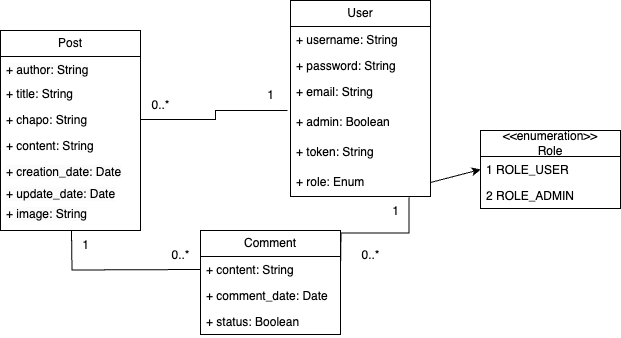
Above: diagrams/classDiagram.png in nicolascastagna/Blog_PHP (draw.io), before the change. Source tidied: cells renumbered, new cells last; positions are measured from the earlier drawing's top-left corner, leaving out a move shared by most shapes. Source of this version:
```xml
<mxGraphModel>
  <root>
    <mxCell id="0" />
    <mxCell id="1" parent="0" />
    <mxCell id="2" value="User" style="swimlane;fontStyle=0;horizontal=1;startSize=26;fillColor=none;whiteSpace=wrap;html=1;" parent="1" vertex="1">
      <mxGeometry x="290" width="140" height="196" as="geometry" />
    </mxCell>
    <mxCell id="3" value="+ username: String" style="text;strokeColor=none;fillColor=none;align=left;verticalAlign=top;spacingLeft=4;spacingRight=4;overflow=hidden;whiteSpace=wrap;html=1;" parent="2" vertex="1">
      <mxGeometry y="26" width="140" height="26" as="geometry" />
    </mxCell>
    <mxCell id="4" value="+ password: String" style="text;strokeColor=none;fillColor=none;align=left;verticalAlign=top;spacingLeft=4;spacingRight=4;overflow=hidden;whiteSpace=wrap;html=1;" parent="2" vertex="1">
      <mxGeometry y="52" width="140" height="26" as="geometry" />
    </mxCell>
    <mxCell id="5" value="+ email: String" style="text;strokeColor=none;fillColor=none;align=left;verticalAlign=top;spacingLeft=4;spacingRight=4;overflow=hidden;whiteSpace=wrap;html=1;" parent="2" vertex="1">
      <mxGeometry y="78" width="140" height="30" as="geometry" />
    </mxCell>
    <mxCell id="6" value="+ admin: Boolean" style="text;strokeColor=none;fillColor=none;align=left;verticalAlign=top;spacingLeft=4;spacingRight=4;overflow=hidden;points=[[0,0.5],[1,0.5]];portConstraint=eastwest;whiteSpace=wrap;html=1;" parent="2" vertex="1">
      <mxGeometry y="108" width="140" height="30" as="geometry" />
    </mxCell>
    <mxCell id="7" value="+ token: String" style="text;strokeColor=none;fillColor=none;align=left;verticalAlign=top;spacingLeft=4;spacingRight=4;overflow=hidden;whiteSpace=wrap;html=1;" parent="2" vertex="1">
      <mxGeometry y="138" width="140" height="30" as="geometry" />
    </mxCell>
    <mxCell id="8" value="+ role: Enum" style="text;strokeColor=none;fillColor=none;align=left;verticalAlign=top;spacingLeft=4;spacingRight=4;overflow=hidden;points=[[0,0.5],[1,0.5]];portConstraint=eastwest;whiteSpace=wrap;html=1;" parent="2" vertex="1">
      <mxGeometry y="168" width="140" height="28" as="geometry" />
    </mxCell>
    <mxCell id="9" value="&amp;lt;&amp;lt;enumeration&amp;gt;&amp;gt;&lt;br&gt;Role" style="swimlane;fontStyle=0;horizontal=1;startSize=26;fillColor=none;whiteSpace=wrap;html=1;" parent="1" vertex="1">
      <mxGeometry x="480" y="130" width="140" height="78" as="geometry" />
    </mxCell>
    <mxCell id="10" value="1 ROLE_USER" style="text;strokeColor=none;fillColor=none;align=left;verticalAlign=top;spacingLeft=4;spacingRight=4;overflow=hidden;points=[[0,0.5],[1,0.5]];portConstraint=eastwest;whiteSpace=wrap;html=1;" parent="9" vertex="1">
      <mxGeometry y="26" width="140" height="26" as="geometry" />
    </mxCell>
    <mxCell id="11" value="2 ROLE_ADMIN" style="text;strokeColor=none;fillColor=none;align=left;verticalAlign=top;spacingLeft=4;spacingRight=4;overflow=hidden;whiteSpace=wrap;html=1;" parent="9" vertex="1">
      <mxGeometry y="52" width="140" height="26" as="geometry" />
    </mxCell>
    <mxCell id="12" style="endArrow=classic;html=1;rounded=0;exitX=1;exitY=0.5;exitDx=0;exitDy=0;entryX=0;entryY=0.5;entryDx=0;entryDy=0;" parent="1" edge="1" source="8" target="10">
      <mxGeometry relative="1" as="geometry" />
    </mxCell>
    <mxCell id="13" value="Post" style="swimlane;fontStyle=0;horizontal=1;startSize=26;fillColor=none;whiteSpace=wrap;html=1;" parent="1" vertex="1">
      <mxGeometry y="30" width="140" height="200" as="geometry" />
    </mxCell>
    <mxCell id="14" value="&lt;span style=&quot;color: rgb(0, 0, 0); font-family: Helvetica; font-size: 12px; font-style: normal; font-variant-ligatures: normal; font-variant-caps: normal; font-weight: 400; letter-spacing: normal; orphans: 2; text-align: left; text-indent: 0px; text-transform: none; widows: 2; word-spacing: 0px; -webkit-text-stroke-width: 0px; background-color: rgb(251, 251, 251); text-decoration-thickness: initial; text-decoration-style: initial; text-decoration-color: initial; float: none; display: inline !important;&quot;&gt;+ author: String&lt;/span&gt;" style="text;strokeColor=none;fillColor=none;align=left;verticalAlign=top;spacingLeft=4;spacingRight=4;overflow=hidden;whiteSpace=wrap;html=1;" parent="13" vertex="1">
      <mxGeometry y="26" width="140" height="24" as="geometry" />
    </mxCell>
    <mxCell id="15" value="+ title: String" style="text;strokeColor=none;fillColor=none;align=left;verticalAlign=top;spacingLeft=4;spacingRight=4;overflow=hidden;points=[[0,0.5],[1,0.5]];portConstraint=eastwest;whiteSpace=wrap;html=1;" parent="13" vertex="1">
      <mxGeometry y="50" width="140" height="26" as="geometry" />
    </mxCell>
    <mxCell id="16" value="+ chapo: String" style="text;strokeColor=none;fillColor=none;align=left;verticalAlign=top;spacingLeft=4;spacingRight=4;overflow=hidden;points=[[0,0.5],[1,0.5]];portConstraint=eastwest;whiteSpace=wrap;html=1;" parent="13" vertex="1">
      <mxGeometry y="76" width="140" height="26" as="geometry" />
    </mxCell>
    <mxCell id="17" value="+ content: String" style="text;strokeColor=none;fillColor=none;align=left;verticalAlign=top;spacingLeft=4;spacingRight=4;overflow=hidden;whiteSpace=wrap;html=1;" parent="13" vertex="1">
      <mxGeometry y="102" width="140" height="26" as="geometry" />
    </mxCell>
    <mxCell id="18" value="&lt;meta charset=&quot;utf-8&quot;&gt;&lt;span style=&quot;color: rgb(0, 0, 0); font-family: Helvetica; font-size: 12px; font-style: normal; font-variant-ligatures: normal; font-variant-caps: normal; font-weight: 400; letter-spacing: normal; orphans: 2; text-align: left; text-indent: 0px; text-transform: none; widows: 2; word-spacing: 0px; -webkit-text-stroke-width: 0px; background-color: rgb(251, 251, 251); text-decoration-thickness: initial; text-decoration-style: initial; text-decoration-color: initial; float: none; display: inline !important;&quot;&gt;+ creation_date: Date&lt;/span&gt;" style="text;strokeColor=none;fillColor=none;align=left;verticalAlign=top;spacingLeft=4;spacingRight=4;overflow=hidden;whiteSpace=wrap;html=1;" parent="13" vertex="1">
      <mxGeometry y="128" width="140" height="22" as="geometry" />
    </mxCell>
    <mxCell id="19" style="edgeStyle=orthogonalEdgeStyle;rounded=0;orthogonalLoop=1;jettySize=auto;html=1;exitX=1;exitY=0.5;exitDx=0;exitDy=0;" parent="13" edge="1" source="15" target="15">
      <mxGeometry relative="1" as="geometry" />
    </mxCell>
    <mxCell id="20" value="&lt;span style=&quot;color: rgb(0, 0, 0); font-family: Helvetica; font-size: 12px; font-style: normal; font-variant-ligatures: normal; font-variant-caps: normal; font-weight: 400; letter-spacing: normal; orphans: 2; text-align: left; text-indent: 0px; text-transform: none; widows: 2; word-spacing: 0px; -webkit-text-stroke-width: 0px; background-color: rgb(251, 251, 251); text-decoration-thickness: initial; text-decoration-style: initial; text-decoration-color: initial; float: none; display: inline !important;&quot;&gt;+ update_date: Date&lt;/span&gt;" style="text;strokeColor=none;fillColor=none;align=left;verticalAlign=top;spacingLeft=4;spacingRight=4;overflow=hidden;whiteSpace=wrap;html=1;" parent="13" vertex="1">
      <mxGeometry y="150" width="140" height="20" as="geometry" />
    </mxCell>
    <mxCell id="21" value="&lt;span style=&quot;color: rgb(0, 0, 0); font-family: Helvetica; font-size: 12px; font-style: normal; font-variant-ligatures: normal; font-variant-caps: normal; font-weight: 400; letter-spacing: normal; orphans: 2; text-align: left; text-indent: 0px; text-transform: none; widows: 2; word-spacing: 0px; -webkit-text-stroke-width: 0px; background-color: rgb(251, 251, 251); text-decoration-thickness: initial; text-decoration-style: initial; text-decoration-color: initial; float: none; display: inline !important;&quot;&gt;+ image: String&lt;/span&gt;" style="text;strokeColor=none;fillColor=none;align=left;verticalAlign=top;spacingLeft=4;spacingRight=4;overflow=hidden;whiteSpace=wrap;html=1;" parent="13" vertex="1">
      <mxGeometry y="170" width="140" height="30" as="geometry" />
    </mxCell>
    <mxCell id="22" value="Comment" style="swimlane;fontStyle=0;horizontal=1;startSize=26;fillColor=none;whiteSpace=wrap;html=1;" parent="1" vertex="1">
      <mxGeometry x="200" y="230" width="140" height="104" as="geometry" />
    </mxCell>
    <mxCell id="23" value="+ content: String" style="text;strokeColor=none;fillColor=none;align=left;verticalAlign=top;spacingLeft=4;spacingRight=4;overflow=hidden;whiteSpace=wrap;html=1;" parent="22" vertex="1">
      <mxGeometry y="26" width="140" height="26" as="geometry" />
    </mxCell>
    <mxCell id="24" value="+ comment_date: Date" style="text;strokeColor=none;fillColor=none;align=left;verticalAlign=top;spacingLeft=4;spacingRight=4;overflow=hidden;whiteSpace=wrap;html=1;" parent="22" vertex="1">
      <mxGeometry y="52" width="140" height="26" as="geometry" />
    </mxCell>
    <mxCell id="25" value="+ status: Boolean" style="text;strokeColor=none;fillColor=none;align=left;verticalAlign=top;spacingLeft=4;spacingRight=4;overflow=hidden;whiteSpace=wrap;html=1;" parent="22" vertex="1">
      <mxGeometry y="78" width="140" height="26" as="geometry" />
    </mxCell>
    <mxCell id="26" style="edgeStyle=orthogonalEdgeStyle;rounded=0;jettySize=auto;html=1;exitX=1;exitY=0.5;exitDx=0;exitDy=0;endArrow=none;endFill=0;entryX=-0.021;entryY=0.067;entryDx=0;entryDy=0;entryPerimeter=0;" parent="1" edge="1" source="16" target="6">
      <mxGeometry relative="1" as="geometry" />
    </mxCell>
    <mxCell id="27" style="edgeStyle=orthogonalEdgeStyle;rounded=0;orthogonalLoop=1;jettySize=auto;html=1;exitX=0;exitY=0.5;exitDx=0;exitDy=0;endArrow=none;endFill=0;" parent="1" edge="1">
      <mxGeometry relative="1" as="geometry">
        <mxPoint x="200" y="269" as="sourcePoint" />
        <mxPoint x="71" y="230" as="targetPoint" />
      </mxGeometry>
    </mxCell>
    <mxCell id="28" value="1" style="text;html=1;align=center;verticalAlign=middle;strokeColor=none;fillColor=none;" parent="1" vertex="1">
      <mxGeometry x="255" y="80" width="30" height="30" as="geometry" />
    </mxCell>
    <mxCell id="29" value="0..*" style="text;html=1;align=center;verticalAlign=middle;strokeColor=none;fillColor=none;" parent="1" vertex="1">
      <mxGeometry x="140" y="90" width="40" height="30" as="geometry" />
    </mxCell>
    <mxCell id="30" value="0..*" style="text;html=1;align=center;verticalAlign=middle;strokeColor=none;fillColor=none;" parent="1" vertex="1">
      <mxGeometry x="160" y="240" width="40" height="30" as="geometry" />
    </mxCell>
    <mxCell id="31" style="edgeStyle=orthogonalEdgeStyle;rounded=0;jettySize=auto;html=1;exitX=1;exitY=0.5;exitDx=0;exitDy=0;entryX=0.846;entryY=1.029;entryDx=0;entryDy=0;entryPerimeter=0;endArrow=none;endFill=0;" parent="1" edge="1" target="8">
      <mxGeometry relative="1" as="geometry">
        <mxPoint x="340" y="269" as="sourcePoint" />
      </mxGeometry>
    </mxCell>
    <mxCell id="32" value="1" style="text;html=1;align=center;verticalAlign=middle;strokeColor=none;fillColor=none;" parent="1" vertex="1">
      <mxGeometry x="380" y="196" width="30" height="30" as="geometry" />
    </mxCell>
    <mxCell id="33" value="0..*" style="text;html=1;align=center;verticalAlign=middle;strokeColor=none;fillColor=none;" parent="1" vertex="1">
      <mxGeometry x="350" y="240" width="40" height="30" as="geometry" />
    </mxCell>
    <mxCell id="34" value="1" style="text;html=1;align=center;verticalAlign=middle;strokeColor=none;fillColor=none;" parent="1" vertex="1">
      <mxGeometry x="70" y="230" width="30" height="30" as="geometry" />
    </mxCell>
  </root>
</mxGraphModel>
```
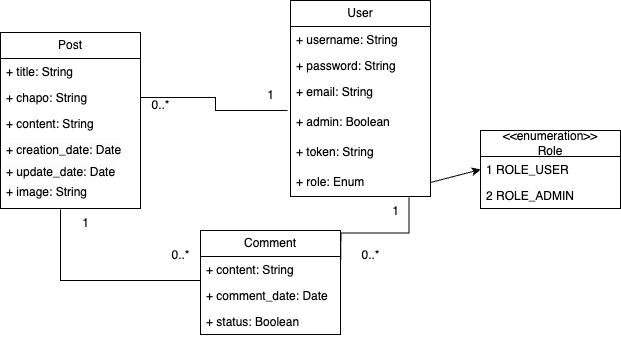
Later version of the same file.

Commit message:
removed author attribute

The edit, as a diff of the source:
```diff
@@ -36,31 +36,28 @@
       <mxGeometry relative="1" as="geometry" />
     </mxCell>
     <mxCell id="13" value="Post" style="swimlane;fontStyle=0;horizontal=1;startSize=26;fillColor=none;whiteSpace=wrap;html=1;" parent="1" vertex="1">
-      <mxGeometry y="30" width="140" height="200" as="geometry" />
+      <mxGeometry y="32" width="140" height="176" as="geometry" />
     </mxCell>
-    <mxCell id="14" value="&lt;span style=&quot;color: rgb(0, 0, 0); font-family: Helvetica; font-size: 12px; font-style: normal; font-variant-ligatures: normal; font-variant-caps: normal; font-weight: 400; letter-spacing: normal; orphans: 2; text-align: left; text-indent: 0px; text-transform: none; widows: 2; word-spacing: 0px; -webkit-text-stroke-width: 0px; background-color: rgb(251, 251, 251); text-decoration-thickness: initial; text-decoration-style: initial; text-decoration-color: initial; float: none; display: inline !important;&quot;&gt;+ author: String&lt;/span&gt;" style="text;strokeColor=none;fillColor=none;align=left;verticalAlign=top;spacingLeft=4;spacingRight=4;overflow=hidden;whiteSpace=wrap;html=1;" parent="13" vertex="1">
-      <mxGeometry y="26" width="140" height="24" as="geometry" />
-    </mxCell>
     <mxCell id="15" value="+ title: String" style="text;strokeColor=none;fillColor=none;align=left;verticalAlign=top;spacingLeft=4;spacingRight=4;overflow=hidden;points=[[0,0.5],[1,0.5]];portConstraint=eastwest;whiteSpace=wrap;html=1;" parent="13" vertex="1">
-      <mxGeometry y="50" width="140" height="26" as="geometry" />
+      <mxGeometry y="26" width="140" height="26" as="geometry" />
     </mxCell>
     <mxCell id="16" value="+ chapo: String" style="text;strokeColor=none;fillColor=none;align=left;verticalAlign=top;spacingLeft=4;spacingRight=4;overflow=hidden;points=[[0,0.5],[1,0.5]];portConstraint=eastwest;whiteSpace=wrap;html=1;" parent="13" vertex="1">
-      <mxGeometry y="76" width="140" height="26" as="geometry" />
+      <mxGeometry y="52" width="140" height="26" as="geometry" />
     </mxCell>
     <mxCell id="17" value="+ content: String" style="text;strokeColor=none;fillColor=none;align=left;verticalAlign=top;spacingLeft=4;spacingRight=4;overflow=hidden;whiteSpace=wrap;html=1;" parent="13" vertex="1">
-      <mxGeometry y="102" width="140" height="26" as="geometry" />
+      <mxGeometry y="78" width="140" height="26" as="geometry" />
     </mxCell>
     <mxCell id="18" value="&lt;meta charset=&quot;utf-8&quot;&gt;&lt;span style=&quot;color: rgb(0, 0, 0); font-family: Helvetica; font-size: 12px; font-style: normal; font-variant-ligatures: normal; font-variant-caps: normal; font-weight: 400; letter-spacing: normal; orphans: 2; text-align: left; text-indent: 0px; text-transform: none; widows: 2; word-spacing: 0px; -webkit-text-stroke-width: 0px; background-color: rgb(251, 251, 251); text-decoration-thickness: initial; text-decoration-style: initial; text-decoration-color: initial; float: none; display: inline !important;&quot;&gt;+ creation_date: Date&lt;/span&gt;" style="text;strokeColor=none;fillColor=none;align=left;verticalAlign=top;spacingLeft=4;spacingRight=4;overflow=hidden;whiteSpace=wrap;html=1;" parent="13" vertex="1">
-      <mxGeometry y="128" width="140" height="22" as="geometry" />
+      <mxGeometry y="104" width="140" height="22" as="geometry" />
     </mxCell>
     <mxCell id="19" style="edgeStyle=orthogonalEdgeStyle;rounded=0;orthogonalLoop=1;jettySize=auto;html=1;exitX=1;exitY=0.5;exitDx=0;exitDy=0;" parent="13" edge="1" source="15" target="15">
       <mxGeometry relative="1" as="geometry" />
     </mxCell>
     <mxCell id="20" value="&lt;span style=&quot;color: rgb(0, 0, 0); font-family: Helvetica; font-size: 12px; font-style: normal; font-variant-ligatures: normal; font-variant-caps: normal; font-weight: 400; letter-spacing: normal; orphans: 2; text-align: left; text-indent: 0px; text-transform: none; widows: 2; word-spacing: 0px; -webkit-text-stroke-width: 0px; background-color: rgb(251, 251, 251); text-decoration-thickness: initial; text-decoration-style: initial; text-decoration-color: initial; float: none; display: inline !important;&quot;&gt;+ update_date: Date&lt;/span&gt;" style="text;strokeColor=none;fillColor=none;align=left;verticalAlign=top;spacingLeft=4;spacingRight=4;overflow=hidden;whiteSpace=wrap;html=1;" parent="13" vertex="1">
-      <mxGeometry y="150" width="140" height="20" as="geometry" />
+      <mxGeometry y="126" width="140" height="20" as="geometry" />
     </mxCell>
     <mxCell id="21" value="&lt;span style=&quot;color: rgb(0, 0, 0); font-family: Helvetica; font-size: 12px; font-style: normal; font-variant-ligatures: normal; font-variant-caps: normal; font-weight: 400; letter-spacing: normal; orphans: 2; text-align: left; text-indent: 0px; text-transform: none; widows: 2; word-spacing: 0px; -webkit-text-stroke-width: 0px; background-color: rgb(251, 251, 251); text-decoration-thickness: initial; text-decoration-style: initial; text-decoration-color: initial; float: none; display: inline !important;&quot;&gt;+ image: String&lt;/span&gt;" style="text;strokeColor=none;fillColor=none;align=left;verticalAlign=top;spacingLeft=4;spacingRight=4;overflow=hidden;whiteSpace=wrap;html=1;" parent="13" vertex="1">
-      <mxGeometry y="170" width="140" height="30" as="geometry" />
+      <mxGeometry y="146" width="140" height="30" as="geometry" />
     </mxCell>
     <mxCell id="22" value="Comment" style="swimlane;fontStyle=0;horizontal=1;startSize=26;fillColor=none;whiteSpace=wrap;html=1;" parent="1" vertex="1">
       <mxGeometry x="200" y="230" width="140" height="104" as="geometry" />
@@ -80,7 +77,13 @@
     <mxCell id="27" style="edgeStyle=orthogonalEdgeStyle;rounded=0;orthogonalLoop=1;jettySize=auto;html=1;exitX=0;exitY=0.5;exitDx=0;exitDy=0;endArrow=none;endFill=0;" parent="1" edge="1">
       <mxGeometry relative="1" as="geometry">
         <mxPoint x="200" y="269" as="sourcePoint" />
-        <mxPoint x="71" y="230" as="targetPoint" />
+        <mxPoint x="61" y="209" as="targetPoint" />
+        <Array as="points">
+          <mxPoint x="200" y="280" />
+          <mxPoint x="60" y="280" />
+          <mxPoint x="60" y="209" />
+          <mxPoint x="61" y="209" />
+        </Array>
       </mxGeometry>
     </mxCell>
     <mxCell id="28" value="1" style="text;html=1;align=center;verticalAlign=middle;strokeColor=none;fillColor=none;" parent="1" vertex="1">
@@ -104,7 +107,7 @@
       <mxGeometry x="350" y="240" width="40" height="30" as="geometry" />
     </mxCell>
     <mxCell id="34" value="1" style="text;html=1;align=center;verticalAlign=middle;strokeColor=none;fillColor=none;" parent="1" vertex="1">
-      <mxGeometry x="70" y="230" width="30" height="30" as="geometry" />
+      <mxGeometry x="70" y="208" width="30" height="30" as="geometry" />
     </mxCell>
   </root>
 </mxGraphModel>
```
